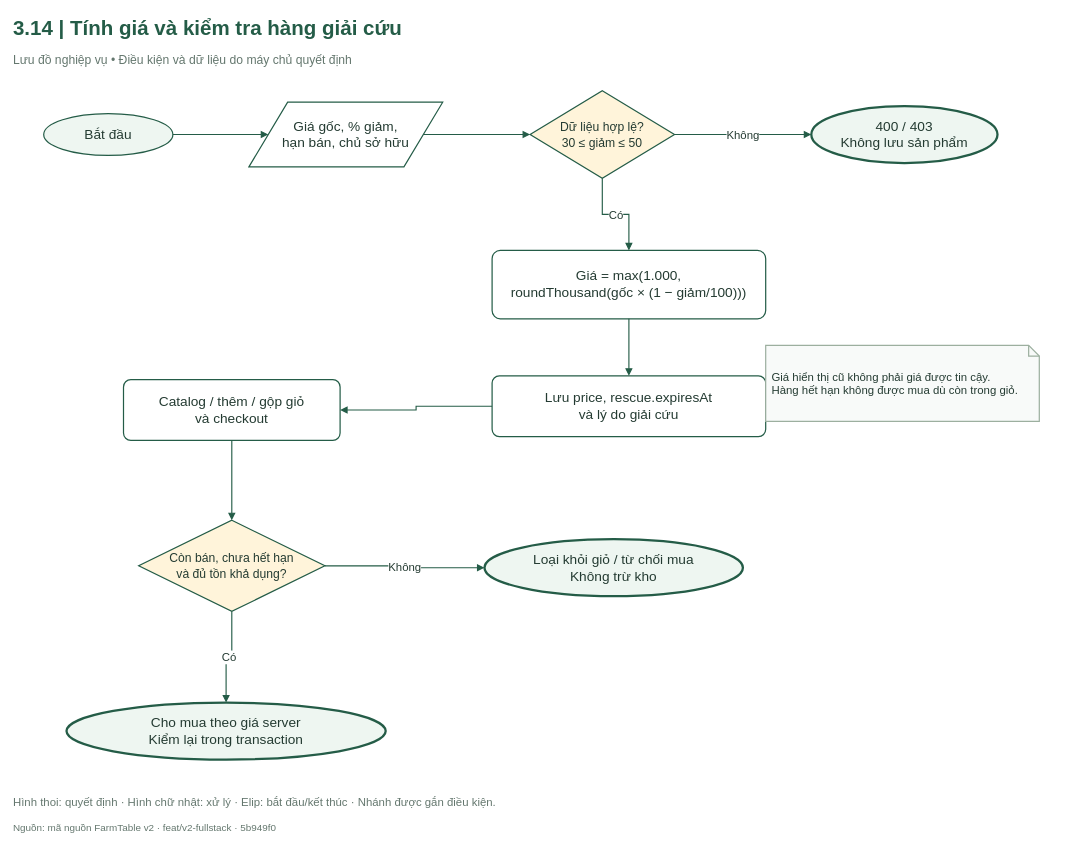
Earlier version of the draw.io diagram FarmTable_Chuong3/So_do_BA/drawio/Hinh_3_14.drawio (hathu1272006-eng/PTWnangcao). Source tidied: cells renumbered, new cells numbered last; positions are measured from the earlier drawing's top-left corner, leaving out a move shared by most shapes. Both pictures are drawn from the tidied source at 76%, with x=0, y=0 at pixel (13, 13).
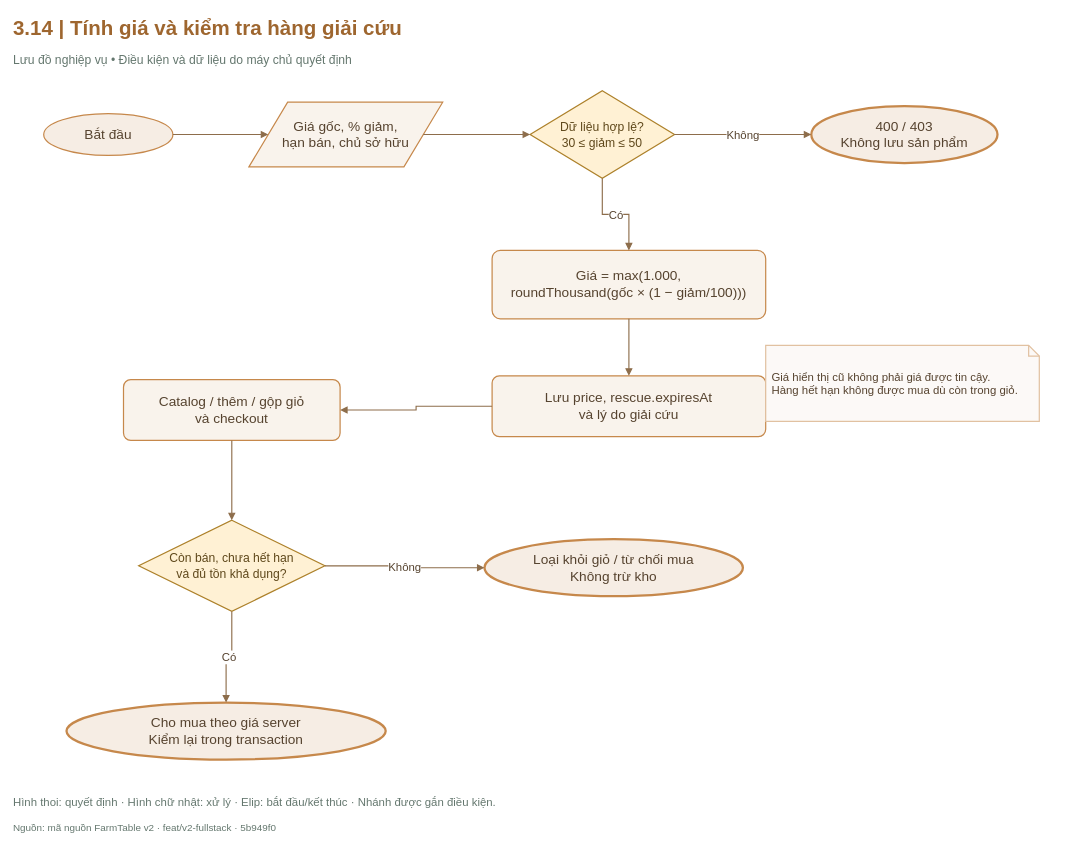
The same page after the edit.

The edit, as a diff of the source:
```diff
@@
-    <mxCell id="2" value="3.14  |  Tính giá và kiểm tra hàng giải cứu" style="html=1;whiteSpace=wrap;fontFamily=Arial;fontSize=18;fontColor=#243B32;strokeColor=#245C47;strokeWidth=1.6;fillColor=#FFFFFF;spacing=8;text;strokeColor=none;fillColor=none;align=left;verticalAlign=middle;fontSize=27;fontStyle=1;fontColor=#245C47;spacing=0;" parent="1" vertex="1">
+    <mxCell id="2" value="3.14  |  Tính giá và kiểm tra hàng giải cứu" style="html=1;whiteSpace=wrap;fontFamily=Arial;fontSize=18;strokeColor=#245C47;strokeWidth=1.6;fillColor=#FFFFFF;spacing=8;text;strokeColor=none;fillColor=none;align=left;verticalAlign=middle;fontSize=27;fontStyle=1;spacing=0;fontColor=#9E662F;" parent="1" vertex="1">
       <mxGeometry width="1390" height="40" as="geometry" />
     </mxCell>
@@
-    <mxCell id="4" value="Bắt đầu" style="html=1;whiteSpace=wrap;fontFamily=Arial;fontSize=18;fontColor=#243B32;strokeColor=#245C47;strokeWidth=1.6;fillColor=#FFFFFF;spacing=8;ellipse;fillColor=#EEF6F1;" parent="1" vertex="1">
+    <mxCell id="4" value="Bắt đầu" style="html=1;whiteSpace=wrap;fontFamily=Arial;fontSize=18;strokeWidth=1.6;spacing=8;ellipse;fillColor=#F6EDE4;strokeColor=#C6884B;fontColor=#56432F;" parent="1" vertex="1">
       <mxGeometry x="40" y="132" width="170" height="55" as="geometry" />
     </mxCell>
-    <mxCell id="5" value="Giá gốc, % giảm,&lt;br/&gt;hạn bán, chủ sở hữu" style="html=1;whiteSpace=wrap;fontFamily=Arial;fontSize=18;fontColor=#243B32;strokeColor=#245C47;strokeWidth=1.6;fillColor=#FFFFFF;spacing=8;shape=parallelogram;perimeter=parallelogramPerimeter;" parent="1" vertex="1">
+    <mxCell id="5" value="Giá gốc, % giảm,&lt;br/&gt;hạn bán, chủ sở hữu" style="html=1;whiteSpace=wrap;fontFamily=Arial;fontSize=18;strokeWidth=1.6;spacing=8;shape=parallelogram;perimeter=parallelogramPerimeter;fillColor=#F9F3EC;strokeColor=#C6884B;fontColor=#56432F;" parent="1" vertex="1">
       <mxGeometry x="310" y="117" width="255" height="85" as="geometry" />
     </mxCell>
-    <mxCell id="6" value="Dữ liệu hợp lệ?&lt;br/&gt;30 ≤ giảm ≤ 50" style="html=1;whiteSpace=wrap;fontFamily=Arial;fontSize=18;fontColor=#243B32;strokeColor=#245C47;strokeWidth=1.6;fillColor=#FFFFFF;spacing=8;rhombus;fillColor=#FFF4DA;fontSize=16;spacing=3;" parent="1" vertex="1">
+    <mxCell id="6" value="Dữ liệu hợp lệ?&lt;br/&gt;30 ≤ giảm ≤ 50" style="html=1;whiteSpace=wrap;fontFamily=Arial;fontSize=18;strokeWidth=1.6;spacing=8;rhombus;fontSize=16;spacing=3;fillColor=#FFF1D4;strokeColor=#AD812A;fontColor=#5F481B;" parent="1" vertex="1">
       <mxGeometry x="680" y="102" width="190" height="115" as="geometry" />
     </mxCell>
-    <mxCell id="7" value="400 / 403&lt;br/&gt;Không lưu sản phẩm" style="html=1;whiteSpace=wrap;fontFamily=Arial;fontSize=18;fontColor=#243B32;strokeColor=#245C47;strokeWidth=1.6;fillColor=#FFFFFF;spacing=8;ellipse;strokeWidth=3;fillColor=#EEF6F1;" parent="1" vertex="1">
+    <mxCell id="7" value="400 / 403&lt;br/&gt;Không lưu sản phẩm" style="html=1;whiteSpace=wrap;fontFamily=Arial;fontSize=18;strokeWidth=1.6;spacing=8;ellipse;strokeWidth=3;fillColor=#F6EDE4;strokeColor=#C6884B;fontColor=#56432F;" parent="1" vertex="1">
       <mxGeometry x="1050" y="122" width="245" height="75" as="geometry" />
     </mxCell>
-    <mxCell id="8" value="Giá = max(1.000,&lt;br/&gt;roundThousand(gốc × (1 − giảm/100)))" style="html=1;whiteSpace=wrap;fontFamily=Arial;fontSize=18;fontColor=#243B32;strokeColor=#245C47;strokeWidth=1.6;fillColor=#FFFFFF;spacing=8;rounded=1;arcSize=12;" parent="1" vertex="1">
+    <mxCell id="8" value="Giá = max(1.000,&lt;br/&gt;roundThousand(gốc × (1 − giảm/100)))" style="html=1;whiteSpace=wrap;fontFamily=Arial;fontSize=18;strokeWidth=1.6;spacing=8;rounded=1;arcSize=12;fillColor=#F9F3EC;strokeColor=#C6884B;fontColor=#56432F;" parent="1" vertex="1">
       <mxGeometry x="630" y="312" width="360" height="90" as="geometry" />
     </mxCell>
-    <mxCell id="9" value="Lưu price, rescue.expiresAt&lt;br/&gt;và lý do giải cứu" style="html=1;whiteSpace=wrap;fontFamily=Arial;fontSize=18;fontColor=#243B32;strokeColor=#245C47;strokeWidth=1.6;fillColor=#FFFFFF;spacing=8;rounded=1;arcSize=12;" parent="1" vertex="1">
+    <mxCell id="9" value="Lưu price, rescue.expiresAt&lt;br/&gt;và lý do giải cứu" style="html=1;whiteSpace=wrap;fontFamily=Arial;fontSize=18;strokeWidth=1.6;spacing=8;rounded=1;arcSize=12;fillColor=#F9F3EC;strokeColor=#C6884B;fontColor=#56432F;" parent="1" vertex="1">
       <mxGeometry x="630" y="477" width="360" height="80" as="geometry" />
     </mxCell>
-    <mxCell id="10" value="Catalog / thêm / gộp giỏ&lt;br/&gt;và checkout" style="html=1;whiteSpace=wrap;fontFamily=Arial;fontSize=18;fontColor=#243B32;strokeColor=#245C47;strokeWidth=1.6;fillColor=#FFFFFF;spacing=8;rounded=1;arcSize=12;" parent="1" vertex="1">
+    <mxCell id="10" value="Catalog / thêm / gộp giỏ&lt;br/&gt;và checkout" style="html=1;whiteSpace=wrap;fontFamily=Arial;fontSize=18;strokeWidth=1.6;spacing=8;rounded=1;arcSize=12;fillColor=#F9F3EC;strokeColor=#C6884B;fontColor=#56432F;" parent="1" vertex="1">
       <mxGeometry x="145" y="482" width="285" height="80" as="geometry" />
     </mxCell>
-    <mxCell id="11" value="Còn bán, chưa hết hạn&lt;br/&gt;và đủ tồn khả dụng?" style="html=1;whiteSpace=wrap;fontFamily=Arial;fontSize=18;fontColor=#243B32;strokeColor=#245C47;strokeWidth=1.6;fillColor=#FFFFFF;spacing=8;rhombus;fillColor=#FFF4DA;fontSize=16;spacing=3;" parent="1" vertex="1">
+    <mxCell id="11" value="Còn bán, chưa hết hạn&lt;br/&gt;và đủ tồn khả dụng?" style="html=1;whiteSpace=wrap;fontFamily=Arial;fontSize=18;strokeWidth=1.6;spacing=8;rhombus;fontSize=16;spacing=3;fillColor=#FFF1D4;strokeColor=#AD812A;fontColor=#5F481B;" parent="1" vertex="1">
       <mxGeometry x="165" y="667" width="245" height="120" as="geometry" />
     </mxCell>
-    <mxCell id="12" value="Loại khỏi giỏ / từ chối mua&lt;br/&gt;Không trừ kho" style="html=1;whiteSpace=wrap;fontFamily=Arial;fontSize=18;fontColor=#243B32;strokeColor=#245C47;strokeWidth=1.6;fillColor=#FFFFFF;spacing=8;ellipse;strokeWidth=3;fillColor=#EEF6F1;" parent="1" vertex="1">
+    <mxCell id="12" value="Loại khỏi giỏ / từ chối mua&lt;br/&gt;Không trừ kho" style="html=1;whiteSpace=wrap;fontFamily=Arial;fontSize=18;strokeWidth=1.6;spacing=8;ellipse;strokeWidth=3;fillColor=#F6EDE4;strokeColor=#C6884B;fontColor=#56432F;" parent="1" vertex="1">
       <mxGeometry x="620" y="692" width="340" height="75" as="geometry" />
     </mxCell>
-    <mxCell id="13" value="Cho mua theo giá server&lt;br/&gt;Kiểm lại trong transaction" style="html=1;whiteSpace=wrap;fontFamily=Arial;fontSize=18;fontColor=#243B32;strokeColor=#245C47;strokeWidth=1.6;fillColor=#FFFFFF;spacing=8;ellipse;strokeWidth=3;fillColor=#EEF6F1;" parent="1" vertex="1">
+    <mxCell id="13" value="Cho mua theo giá server&lt;br/&gt;Kiểm lại trong transaction" style="html=1;whiteSpace=wrap;fontFamily=Arial;fontSize=18;strokeWidth=1.6;spacing=8;ellipse;strokeWidth=3;fillColor=#F6EDE4;strokeColor=#C6884B;fontColor=#56432F;" parent="1" vertex="1">
       <mxGeometry x="70" y="907" width="420" height="75" as="geometry" />
     </mxCell>
-    <mxCell id="14" style="edgeStyle=orthogonalEdgeStyle;rounded=0;jettySize=20;html=1;fontFamily=Arial;fontSize=15;fontColor=#243B32;labelBackgroundColor=#FFFFFF;strokeColor=#245C47;strokeWidth=1.5;endArrow=block;endFill=1;exitX=1;exitY=0.5;entryX=0;entryY=0.5;exitDx=0;exitDy=0;entryDx=0;entryDy=0;" parent="1" edge="1" source="4" target="5">
+    <mxCell id="14" style="edgeStyle=orthogonalEdgeStyle;rounded=0;jettySize=20;html=1;fontFamily=Arial;fontSize=15;labelBackgroundColor=#FFFFFF;strokeWidth=1.5;endArrow=block;endFill=1;exitX=1;exitY=0.5;entryX=0;entryY=0.5;exitDx=0;exitDy=0;entryDx=0;entryDy=0;strokeColor=#8D6D4B;fontColor=#56432F;" parent="1" edge="1" source="4" target="5">
       <mxGeometry relative="1" as="geometry" />
     </mxCell>
-    <mxCell id="15" style="edgeStyle=orthogonalEdgeStyle;rounded=0;jettySize=20;html=1;fontFamily=Arial;fontSize=15;fontColor=#243B32;labelBackgroundColor=#FFFFFF;strokeColor=#245C47;strokeWidth=1.5;endArrow=block;endFill=1;exitX=1;exitY=0.5;entryX=0;entryY=0.5;exitDx=0;exitDy=0;entryDx=0;entryDy=0;" parent="1" edge="1" source="5" target="6">
+    <mxCell id="15" style="edgeStyle=orthogonalEdgeStyle;rounded=0;jettySize=20;html=1;fontFamily=Arial;fontSize=15;labelBackgroundColor=#FFFFFF;strokeWidth=1.5;endArrow=block;endFill=1;exitX=1;exitY=0.5;entryX=0;entryY=0.5;exitDx=0;exitDy=0;entryDx=0;entryDy=0;strokeColor=#8D6D4B;fontColor=#56432F;" parent="1" edge="1" source="5" target="6">
       <mxGeometry relative="1" as="geometry" />
     </mxCell>
-    <mxCell id="16" value="Không" style="edgeStyle=orthogonalEdgeStyle;rounded=0;jettySize=20;html=1;fontFamily=Arial;fontSize=15;fontColor=#243B32;labelBackgroundColor=#FFFFFF;strokeColor=#245C47;strokeWidth=1.5;endArrow=block;endFill=1;exitX=1;exitY=0.5;entryX=0;entryY=0.5;exitDx=0;exitDy=0;entryDx=0;entryDy=0;" parent="1" edge="1" source="6" target="7">
+    <mxCell id="16" value="Không" style="edgeStyle=orthogonalEdgeStyle;rounded=0;jettySize=20;html=1;fontFamily=Arial;fontSize=15;labelBackgroundColor=#FFFFFF;strokeWidth=1.5;endArrow=block;endFill=1;exitX=1;exitY=0.5;entryX=0;entryY=0.5;exitDx=0;exitDy=0;entryDx=0;entryDy=0;strokeColor=#8D6D4B;fontColor=#56432F;" parent="1" edge="1" source="6" target="7">
       <mxGeometry relative="1" as="geometry" />
     </mxCell>
-    <mxCell id="17" value="Có" style="edgeStyle=orthogonalEdgeStyle;rounded=0;jettySize=20;html=1;fontFamily=Arial;fontSize=15;fontColor=#243B32;labelBackgroundColor=#FFFFFF;strokeColor=#245C47;strokeWidth=1.5;endArrow=block;endFill=1;exitX=0.5;exitY=1;entryX=0.5;entryY=0;exitDx=0;exitDy=0;entryDx=0;entryDy=0;" parent="1" edge="1" source="6" target="8">
+    <mxCell id="17" value="Có" style="edgeStyle=orthogonalEdgeStyle;rounded=0;jettySize=20;html=1;fontFamily=Arial;fontSize=15;labelBackgroundColor=#FFFFFF;strokeWidth=1.5;endArrow=block;endFill=1;exitX=0.5;exitY=1;entryX=0.5;entryY=0;exitDx=0;exitDy=0;entryDx=0;entryDy=0;strokeColor=#8D6D4B;fontColor=#56432F;" parent="1" edge="1" source="6" target="8">
       <mxGeometry relative="1" as="geometry" />
     </mxCell>
-    <mxCell id="18" style="edgeStyle=orthogonalEdgeStyle;rounded=0;jettySize=20;html=1;fontFamily=Arial;fontSize=15;fontColor=#243B32;labelBackgroundColor=#FFFFFF;strokeColor=#245C47;strokeWidth=1.5;endArrow=block;endFill=1;exitX=0.5;exitY=1;entryX=0.5;entryY=0;exitDx=0;exitDy=0;entryDx=0;entryDy=0;" parent="1" edge="1" source="8" target="9">
+    <mxCell id="18" style="edgeStyle=orthogonalEdgeStyle;rounded=0;jettySize=20;html=1;fontFamily=Arial;fontSize=15;labelBackgroundColor=#FFFFFF;strokeWidth=1.5;endArrow=block;endFill=1;exitX=0.5;exitY=1;entryX=0.5;entryY=0;exitDx=0;exitDy=0;entryDx=0;entryDy=0;strokeColor=#8D6D4B;fontColor=#56432F;" parent="1" edge="1" source="8" target="9">
       <mxGeometry relative="1" as="geometry" />
     </mxCell>
-    <mxCell id="19" style="edgeStyle=orthogonalEdgeStyle;rounded=0;jettySize=20;html=1;fontFamily=Arial;fontSize=15;fontColor=#243B32;labelBackgroundColor=#FFFFFF;strokeColor=#245C47;strokeWidth=1.5;endArrow=block;endFill=1;exitX=0;exitY=0.5;entryX=1;entryY=0.5;exitDx=0;exitDy=0;entryDx=0;entryDy=0;" parent="1" edge="1" source="9" target="10">
+    <mxCell id="19" style="edgeStyle=orthogonalEdgeStyle;rounded=0;jettySize=20;html=1;fontFamily=Arial;fontSize=15;labelBackgroundColor=#FFFFFF;strokeWidth=1.5;endArrow=block;endFill=1;exitX=0;exitY=0.5;entryX=1;entryY=0.5;exitDx=0;exitDy=0;entryDx=0;entryDy=0;strokeColor=#8D6D4B;fontColor=#56432F;" parent="1" edge="1" source="9" target="10">
       <mxGeometry relative="1" as="geometry" />
     </mxCell>
-    <mxCell id="20" style="edgeStyle=orthogonalEdgeStyle;rounded=0;jettySize=20;html=1;fontFamily=Arial;fontSize=15;fontColor=#243B32;labelBackgroundColor=#FFFFFF;strokeColor=#245C47;strokeWidth=1.5;endArrow=block;endFill=1;exitX=0.5;exitY=1;entryX=0.5;entryY=0;exitDx=0;exitDy=0;entryDx=0;entryDy=0;" parent="1" edge="1" source="10" target="11">
+    <mxCell id="20" style="edgeStyle=orthogonalEdgeStyle;rounded=0;jettySize=20;html=1;fontFamily=Arial;fontSize=15;labelBackgroundColor=#FFFFFF;strokeWidth=1.5;endArrow=block;endFill=1;exitX=0.5;exitY=1;entryX=0.5;entryY=0;exitDx=0;exitDy=0;entryDx=0;entryDy=0;strokeColor=#8D6D4B;fontColor=#56432F;" parent="1" edge="1" source="10" target="11">
       <mxGeometry relative="1" as="geometry" />
     </mxCell>
-    <mxCell id="21" value="Không" style="edgeStyle=orthogonalEdgeStyle;rounded=0;jettySize=20;html=1;fontFamily=Arial;fontSize=15;fontColor=#243B32;labelBackgroundColor=#FFFFFF;strokeColor=#245C47;strokeWidth=1.5;endArrow=block;endFill=1;exitX=1;exitY=0.5;entryX=0;entryY=0.5;exitDx=0;exitDy=0;entryDx=0;entryDy=0;" parent="1" edge="1" source="11" target="12">
+    <mxCell id="21" value="Không" style="edgeStyle=orthogonalEdgeStyle;rounded=0;jettySize=20;html=1;fontFamily=Arial;fontSize=15;labelBackgroundColor=#FFFFFF;strokeWidth=1.5;endArrow=block;endFill=1;exitX=1;exitY=0.5;entryX=0;entryY=0.5;exitDx=0;exitDy=0;entryDx=0;entryDy=0;strokeColor=#8D6D4B;fontColor=#56432F;" parent="1" edge="1" source="11" target="12">
       <mxGeometry relative="1" as="geometry" />
     </mxCell>
-    <mxCell id="22" value="Có" style="edgeStyle=orthogonalEdgeStyle;rounded=0;jettySize=20;html=1;fontFamily=Arial;fontSize=15;fontColor=#243B32;labelBackgroundColor=#FFFFFF;strokeColor=#245C47;strokeWidth=1.5;endArrow=block;endFill=1;exitX=0.5;exitY=1;entryX=0.5;entryY=0;exitDx=0;exitDy=0;entryDx=0;entryDy=0;" parent="1" edge="1" source="11" target="13">
+    <mxCell id="22" value="Có" style="edgeStyle=orthogonalEdgeStyle;rounded=0;jettySize=20;html=1;fontFamily=Arial;fontSize=15;labelBackgroundColor=#FFFFFF;strokeWidth=1.5;endArrow=block;endFill=1;exitX=0.5;exitY=1;entryX=0.5;entryY=0;exitDx=0;exitDy=0;entryDx=0;entryDy=0;strokeColor=#8D6D4B;fontColor=#56432F;" parent="1" edge="1" source="11" target="13">
       <mxGeometry relative="1" as="geometry" />
     </mxCell>
-    <mxCell id="23" value="Giá hiển thị cũ không phải giá được tin cậy.&lt;br/&gt;Hàng hết hạn không được mua dù còn trong giỏ." style="html=1;whiteSpace=wrap;fontFamily=Arial;fontSize=18;fontColor=#243B32;strokeColor=#245C47;strokeWidth=1.6;fillColor=#FFFFFF;spacing=8;shape=note;size=14;fillColor=#F8FAF9;strokeColor=#9CAF9F;align=left;fontSize=15;" parent="1" vertex="1">
+    <mxCell id="23" value="Giá hiển thị cũ không phải giá được tin cậy.&lt;br/&gt;Hàng hết hạn không được mua dù còn trong giỏ." style="html=1;whiteSpace=wrap;fontFamily=Arial;fontSize=18;strokeWidth=1.6;spacing=8;shape=note;size=14;align=left;fontSize=15;fillColor=#FCF9F7;strokeColor=#E1C1A1;fontColor=#56432F;" parent="1" vertex="1">
       <mxGeometry x="990" y="437" width="360" height="100" as="geometry" />
     </mxCell>
```
